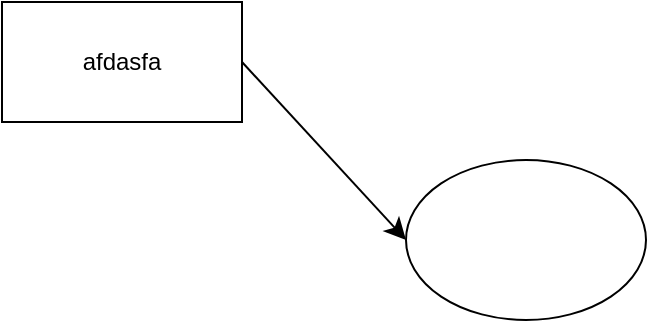
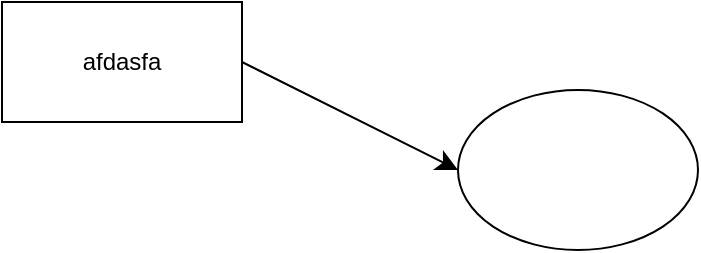
<mxfile host="app.diagrams.net" agent="Mozilla/5.0 (Windows NT 10.0; Win64; x64) AppleWebKit/537.36 (KHTML, like Gecko) Chrome/131.0.0.0 Safari/537.36" version="26.0.5">
  <diagram name="第 1 页" id="ldZsJlxgCrMr-cf8A9CU">
-     <mxGraphModel dx="599" dy="1089" grid="0" gridSize="10" guides="1" tooltips="1" connect="1" arrows="1" fold="1" page="0" pageScale="1" pageWidth="827" pageHeight="1169" math="0" shadow="0">
+     <mxGraphModel dx="1594" dy="639" grid="0" gridSize="10" guides="1" tooltips="1" connect="1" arrows="1" fold="1" page="0" pageScale="1" pageWidth="827" pageHeight="1169" math="0" shadow="0">
      <root>
        <mxCell id="0" />
        <mxCell id="1" parent="0" />
        <mxCell id="i2lGhZ7P_kv8yY3b6Dty-1" value="afdasfa" style="rounded=0;whiteSpace=wrap;html=1;" parent="1" vertex="1">
-           <mxGeometry x="23" y="-32" width="120" height="60" as="geometry" />
+           <mxGeometry x="-3" y="3" width="120" height="60" as="geometry" />
        </mxCell>
-         <mxCell id="RmwPEafUAnROFJlur6Gn-1" value="" style="ellipse;whiteSpace=wrap;html=1;" vertex="1" parent="1">
+         <mxCell id="RmwPEafUAnROFJlur6Gn-1" value="" style="ellipse;whiteSpace=wrap;html=1;" parent="1" vertex="1">
          <mxGeometry x="225" y="47" width="120" height="80" as="geometry" />
        </mxCell>
-         <mxCell id="RmwPEafUAnROFJlur6Gn-2" style="edgeStyle=none;curved=1;rounded=0;orthogonalLoop=1;jettySize=auto;html=1;exitX=1;exitY=0.5;exitDx=0;exitDy=0;entryX=0;entryY=0.5;entryDx=0;entryDy=0;fontSize=12;startSize=8;endSize=8;" edge="1" parent="1" source="i2lGhZ7P_kv8yY3b6Dty-1" target="RmwPEafUAnROFJlur6Gn-1">
+         <mxCell id="RmwPEafUAnROFJlur6Gn-2" style="edgeStyle=none;curved=1;rounded=0;orthogonalLoop=1;jettySize=auto;html=1;exitX=1;exitY=0.5;exitDx=0;exitDy=0;entryX=0;entryY=0.5;entryDx=0;entryDy=0;fontSize=12;startSize=8;endSize=8;" parent="1" source="i2lGhZ7P_kv8yY3b6Dty-1" target="RmwPEafUAnROFJlur6Gn-1" edge="1">
          <mxGeometry relative="1" as="geometry" />
        </mxCell>
      </root>
    </mxGraphModel>
  </diagram>
</mxfile>
